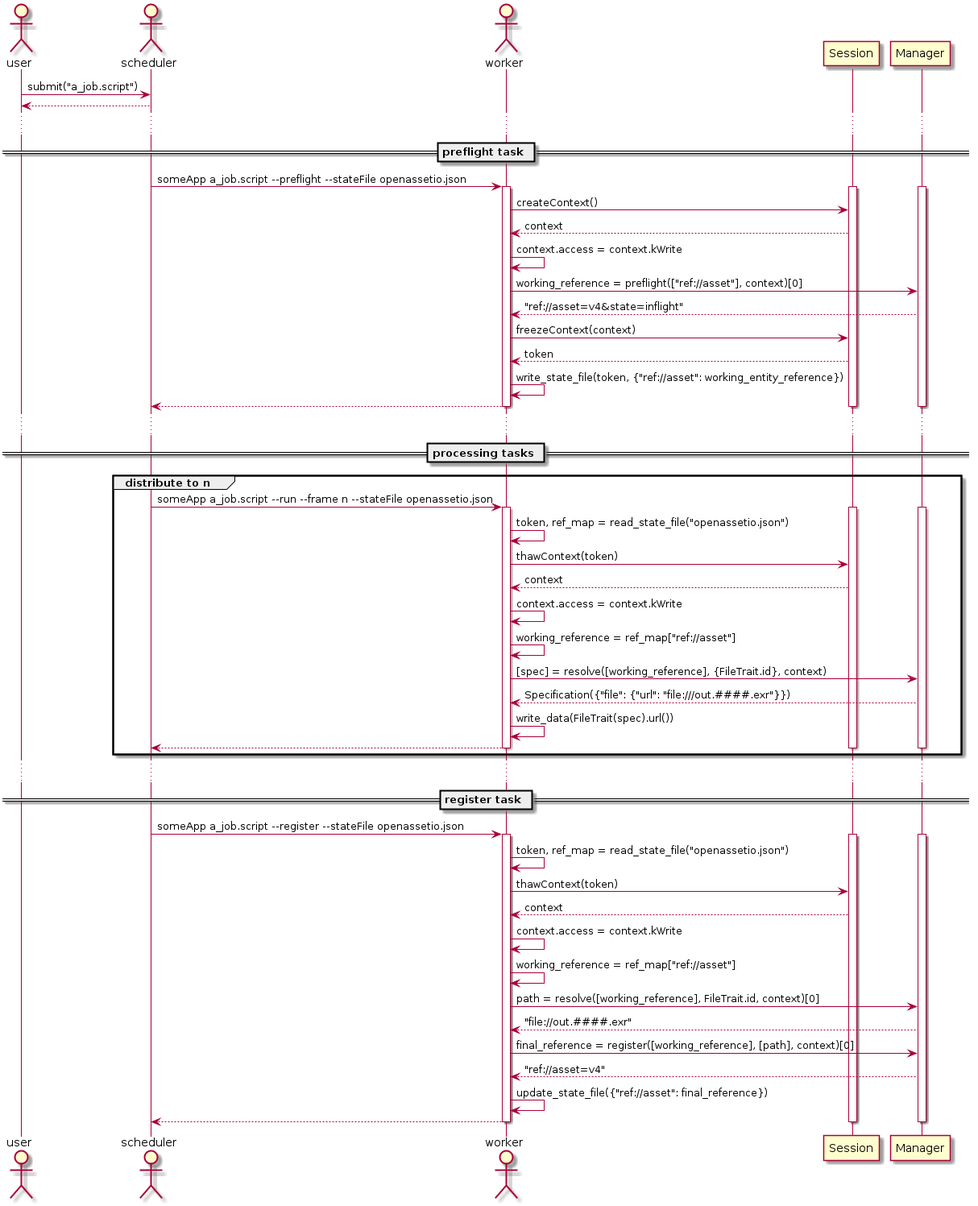
The PlantUML diagram docs/inline_umlgraph_2.png in OpenAssetIO/OpenAssetIO, before a commit.
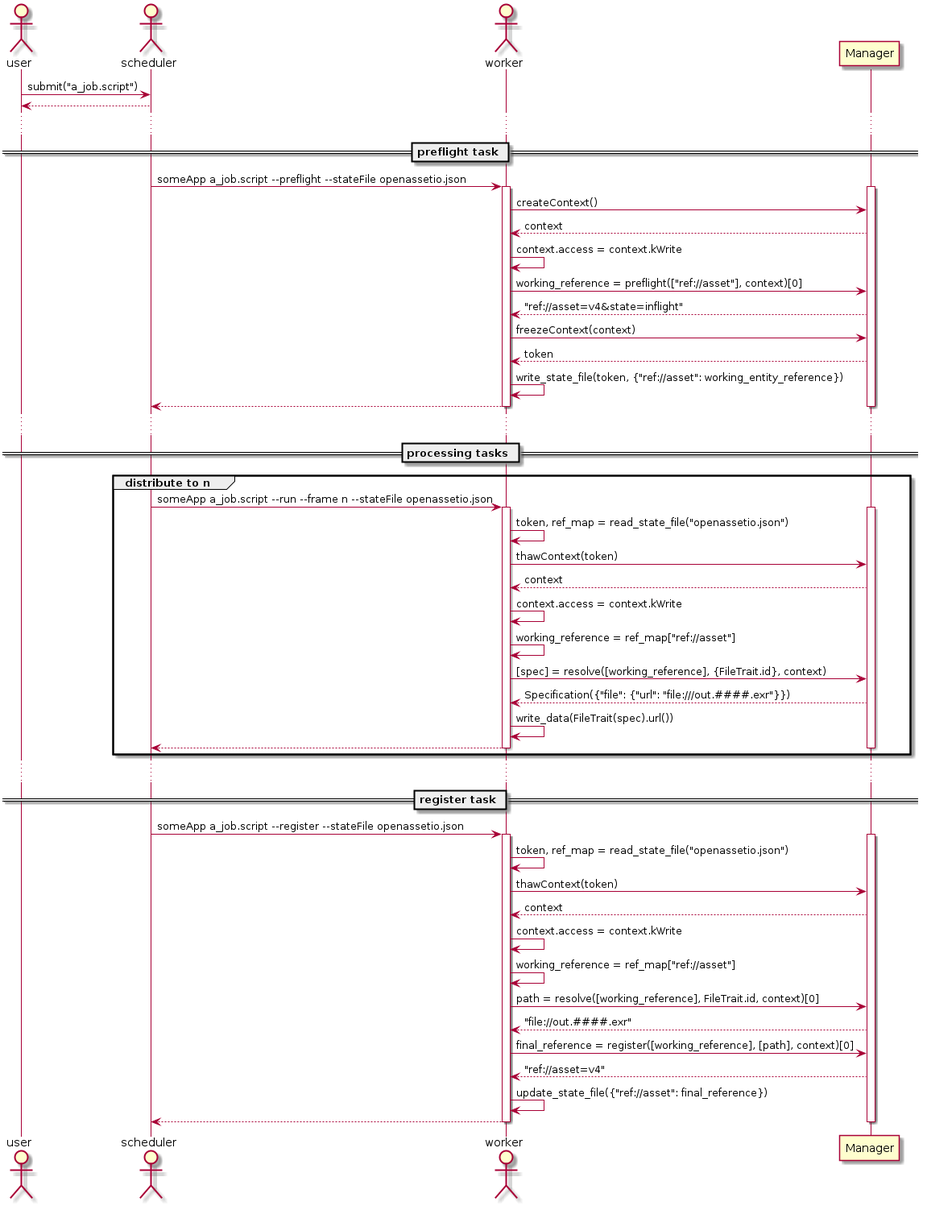
The same file after the commit.

What changed in the source:
```diff
@@ -8,18 +8,16 @@
 == preflight task ==
 scheduler -> worker : someApp a_job.script ~--preflight --stateFile openassetio.json
 activate worker
-activate Session
 activate Manager
-worker -> Session : createContext()
-Session --> worker : context
+worker -> Manager : createContext()
+Manager --> worker : context
 worker -> worker : context.access = context.kWrite
 worker -> Manager : working_reference = preflight(["ref://asset"], context)[0]
 Manager --> worker : "ref://asset=v4&state=inflight"
-worker -> Session : freezeContext(context)
-Session --> worker : token
+worker -> Manager : freezeContext(context)
+Manager --> worker : token
 worker -> worker : write_state_file(token, {"ref://asset": working_entity_reference})
 worker --> scheduler
-deactivate Session
 deactivate Manager
 deactivate worker
 ...
@@ -27,18 +25,16 @@
 group distribute to n
     scheduler -> worker : someApp a_job.script ~--run ~--frame n --stateFile openassetio.json
     activate worker
-    activate Session
     activate Manager
     worker -> worker : token, ref_map = read_state_file("openassetio.json")
-    worker -> Session : thawContext(token)
-    Session --> worker : context
+    worker -> Manager : thawContext(token)
+    Manager --> worker : context
     worker -> worker : context.access = context.kWrite
     worker -> worker : working_reference = ref_map["ref://asset"]
     worker -> Manager : [spec] = resolve([working_reference], {FileTrait.id}, context)
     Manager --> worker : Specification({"file": {"url": "file:///out.####.exr"}})
     worker -> worker : write_data(FileTrait(spec).url())
     worker --> scheduler
-    deactivate Session
     deactivate Manager
     deactivate worker
 end
@@ -46,11 +42,10 @@
 == register task ==
 scheduler -> worker : someApp a_job.script ~--register --stateFile openassetio.json
 activate worker
-activate Session
 activate Manager
 worker -> worker : token, ref_map = read_state_file("openassetio.json")
-worker -> Session : thawContext(token)
-Session --> worker : context
+worker -> Manager : thawContext(token)
+Manager --> worker : context
 worker -> worker : context.access = context.kWrite
 worker -> worker : working_reference = ref_map["ref://asset"]
 worker -> Manager : path = resolve([working_reference], FileTrait.id, context)[0]
@@ -59,7 +54,6 @@
 Manager --> worker : "ref://asset=v4"
 worker -> worker : update_state_file({"ref://asset": final_reference})
 worker --> scheduler
-deactivate Session
 deactivate Manager
 deactivate worker
 @enduml
```
